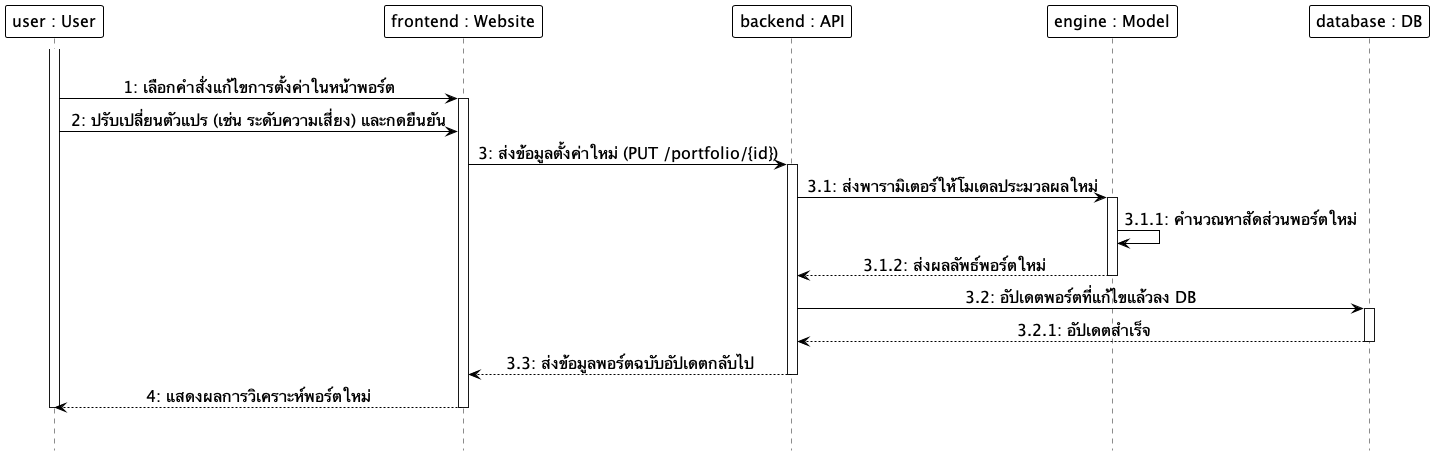
The PlantUML diagram docs/diagrams/images/sequence/sequence_07_edit_portfolio_settings.png in Anatta-at/my-portfolio-app, before a commit.
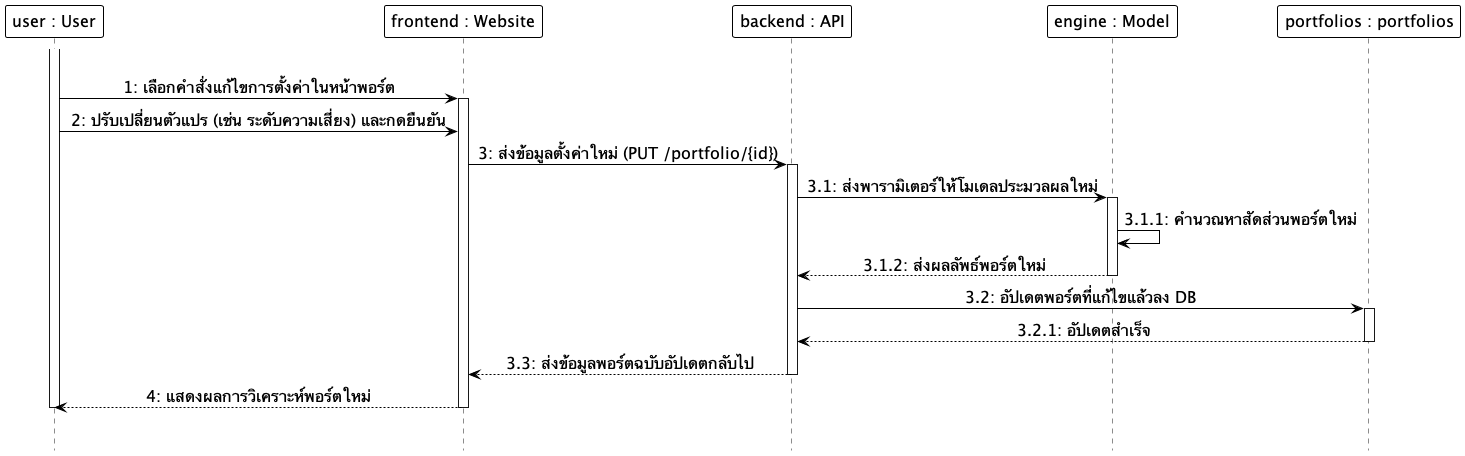
Later version of the same file.

Change to the diagram source:
```diff
@@ -20,7 +20,7 @@
 participant "frontend : Website" as Frontend
 participant "backend : API" as Backend
 participant "engine : Model" as Model
-participant "database : DB" as DB
+participant "portfolios : portfolios" as DB
 
 |||
 activate User
```
